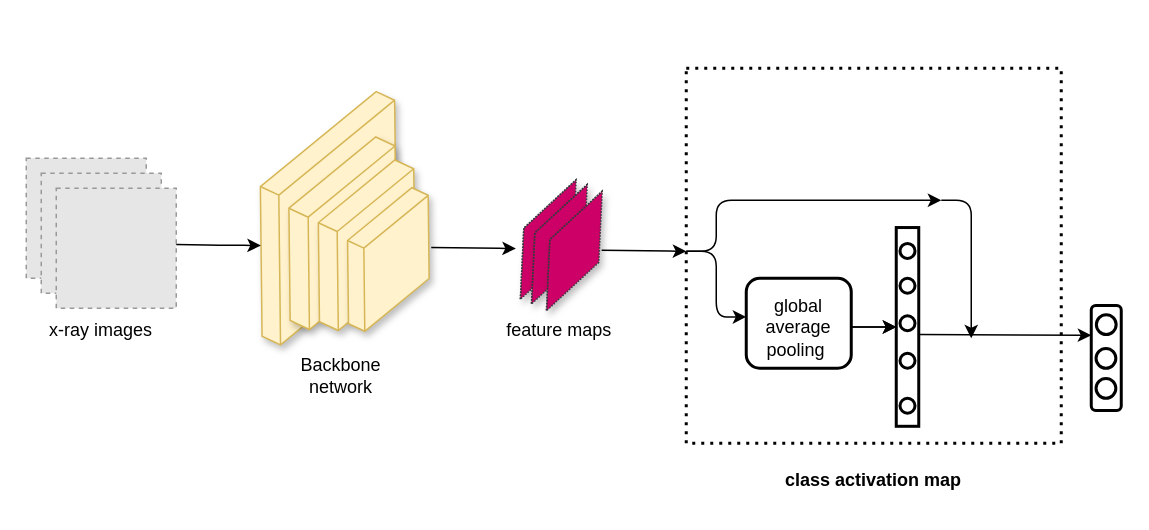
This is page "Page-1" (1 of 2) of Untitled Diagram.drawio from Ziaf/web, a draw.io file, before an edit. Source tidied: cells renumbered, new cells numbered last; positions are measured from the earlier drawing's top-left corner, leaving out a move shared by most shapes. Both pictures are drawn from the tidied source at 150%, with x=0, y=0 at pixel (26, 68). Pictures stored in the file or linked from it are replaced by grey dashed boxes.
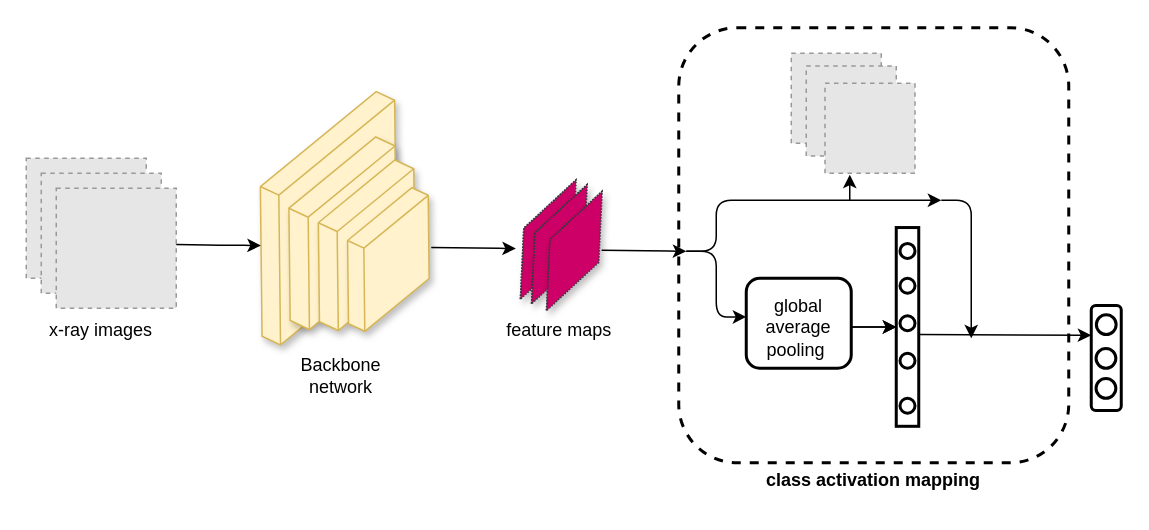
The same diagram, later.

What changed in the source:
```diff
@@
+    <mxCell id="41" style="fillColor=#E6E6E6;strokeColor=#999999;dashed=1;verticalLabelPosition=bottom;verticalAlign=top;" parent="1" vertex="1">
+      <mxGeometry x="510" y="-10" width="60" height="60" as="geometry" />
+    </mxCell>
@@
     <mxCell id="9" style="group;rotation=0;" parent="1" vertex="1">
-      <mxGeometry y="60" width="100" height="100" as="geometry" />
+      <mxGeometry y="60" width="110" height="100" as="geometry" />
     </mxCell>
@@
-    <mxCell id="18" style="whiteSpace=wrap;html=1;shadow=0;sketch=0;strokeWidth=2;fillColor=none;gradientColor=none;gradientDirection=north;dashed=1;dashPattern=1 2;" parent="1" vertex="1">
-      <mxGeometry x="440" width="250" height="250" as="geometry" />
-    </mxCell>
@@
-    <mxCell id="36" value="class activation map" style="whiteSpace=wrap;html=1;shadow=0;sketch=0;strokeWidth=2;fillColor=none;gradientColor=none;gradientDirection=north;strokeColor=none;fontStyle=1;" parent="1" vertex="1">
+    <mxCell id="36" value="class activation mapping" style="whiteSpace=wrap;html=1;shadow=0;sketch=0;strokeWidth=2;fillColor=none;gradientColor=none;gradientDirection=north;strokeColor=none;fontStyle=1;" parent="1" vertex="1">
       <mxGeometry x="440" y="260" width="250" height="30" as="geometry" />
     </mxCell>
@@
+    <mxCell id="42" style="endArrow=classic;html=1;entryX=0.583;entryY=1.014;entryDx=0;entryDy=0;entryPerimeter=0;" parent="1" edge="1">
+      <mxGeometry relative="1" as="geometry">
+        <mxPoint x="549" y="88" as="sourcePoint" />
+        <mxPoint x="549.1" y="71.2" as="targetPoint" />
+        <Array as="points">
+          <mxPoint x="549" y="71" />
+        </Array>
+      </mxGeometry>
+    </mxCell>
+    <mxCell id="43" style="fillColor=#E6E6E6;strokeColor=#999999;dashed=1;verticalLabelPosition=bottom;verticalAlign=top;" parent="1" vertex="1">
+      <mxGeometry x="520" y="-1.5" width="60" height="60" as="geometry" />
+    </mxCell>
+    <mxCell id="44" style="fillColor=#E6E6E6;strokeColor=#999999;dashed=1;verticalLabelPosition=bottom;verticalAlign=top;" parent="1" vertex="1">
+      <mxGeometry x="532.5" y="10" width="60" height="60" as="geometry" />
+    </mxCell>
+    <mxCell id="45" style="rounded=1;whiteSpace=wrap;html=1;shadow=0;sketch=0;strokeWidth=2;fillColor=none;gradientColor=none;gradientDirection=north;dashed=1;" parent="1" vertex="1">
+      <mxGeometry x="435" y="-27" width="260" height="290" as="geometry" />
+    </mxCell>
```
